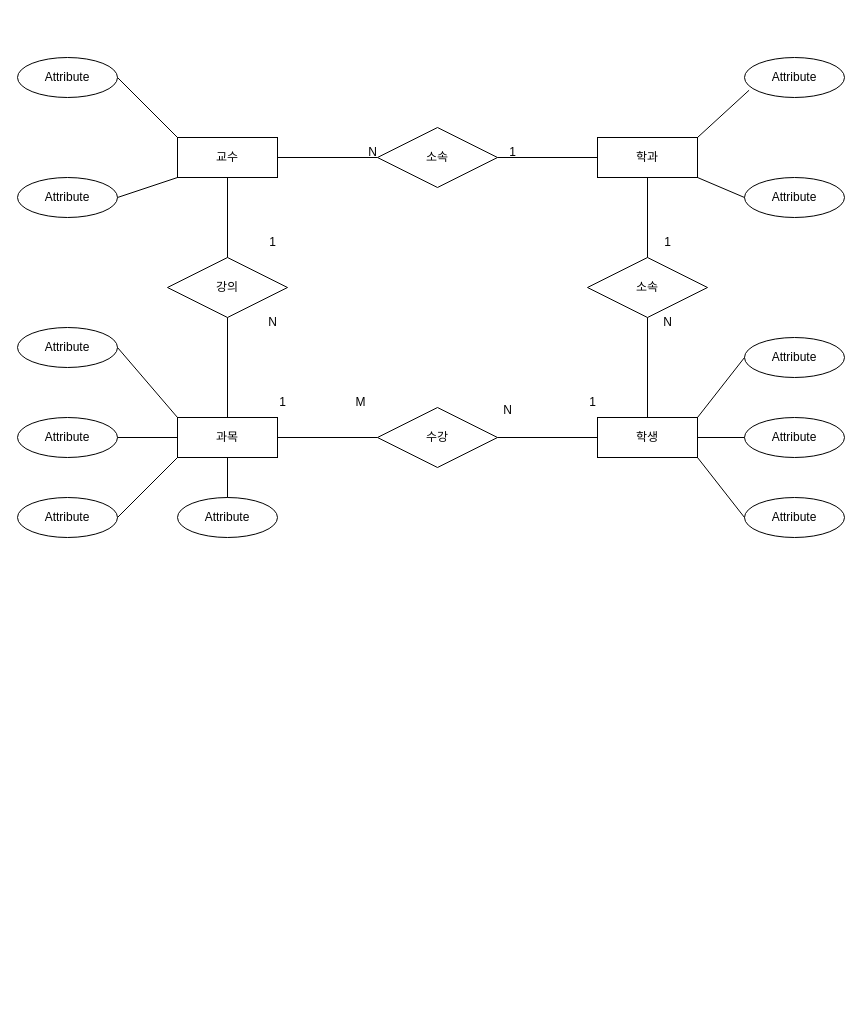
Above: 제목 없는 다이어그램.drawio in fakouho/bigdata (draw.io), before the change. Source tidied: cells renumbered, new cells numbered last; positions are measured from the earlier drawing's top-left corner, leaving out a move shared by most shapes. Both pictures are drawn from the tidied source at 100%, with x=0, y=0 at pixel (17, 57).
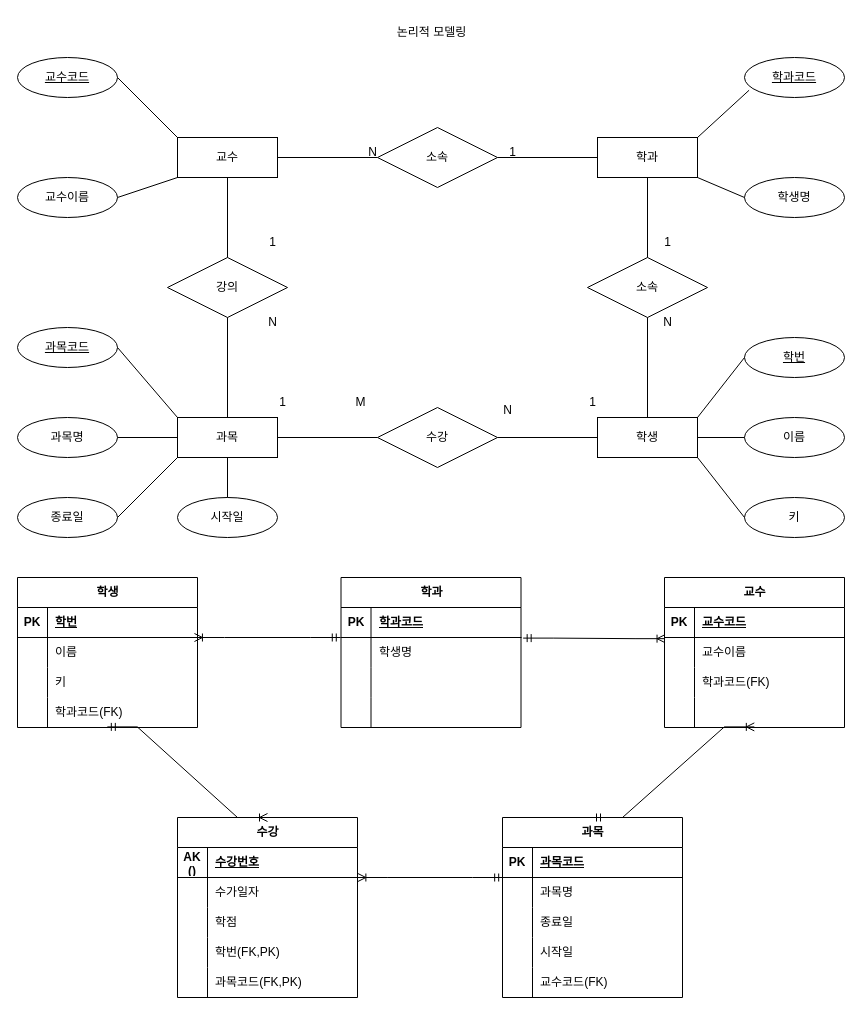
Above is the later version.

Commit message (it also covers changes not shown here):
제목 없는 다이어그램.drawio 업데이트

Change to the diagram source:
```diff
@@
-    <mxCell id="10" value="Attribute" style="ellipse;whiteSpace=wrap;html=1;align=center;" parent="1" vertex="1">
+    <mxCell id="10" value="&lt;u&gt;교수코드&lt;/u&gt;" style="ellipse;whiteSpace=wrap;html=1;align=center;strokeColor=default;" parent="1" vertex="1">
       <mxGeometry width="100" height="40" as="geometry" />
     </mxCell>
-    <mxCell id="11" value="Attribute" style="ellipse;whiteSpace=wrap;html=1;align=center;" parent="1" vertex="1">
+    <mxCell id="11" value="교수이름" style="ellipse;whiteSpace=wrap;html=1;align=center;" parent="1" vertex="1">
       <mxGeometry y="120" width="100" height="40" as="geometry" />
     </mxCell>
-    <mxCell id="12" value="Attribute" style="ellipse;whiteSpace=wrap;html=1;align=center;" parent="1" vertex="1">
+    <mxCell id="12" value="&lt;u&gt;학과코드&lt;/u&gt;" style="ellipse;whiteSpace=wrap;html=1;align=center;" parent="1" vertex="1">
       <mxGeometry x="727" width="100" height="40" as="geometry" />
     </mxCell>
-    <mxCell id="13" value="Attribute" style="ellipse;whiteSpace=wrap;html=1;align=center;" parent="1" vertex="1">
+    <mxCell id="13" value="학생명" style="ellipse;whiteSpace=wrap;html=1;align=center;" parent="1" vertex="1">
       <mxGeometry x="727" y="120" width="100" height="40" as="geometry" />
     </mxCell>
-    <mxCell id="14" value="Attribute" style="ellipse;whiteSpace=wrap;html=1;align=center;" parent="1" vertex="1">
+    <mxCell id="14" value="&lt;u&gt;학번&lt;/u&gt;" style="ellipse;whiteSpace=wrap;html=1;align=center;" parent="1" vertex="1">
       <mxGeometry x="727" y="280" width="100" height="40" as="geometry" />
     </mxCell>
-    <mxCell id="15" value="Attribute" style="ellipse;whiteSpace=wrap;html=1;align=center;" parent="1" vertex="1">
+    <mxCell id="15" value="이름" style="ellipse;whiteSpace=wrap;html=1;align=center;" parent="1" vertex="1">
       <mxGeometry x="727" y="360" width="100" height="40" as="geometry" />
     </mxCell>
-    <mxCell id="16" value="Attribute" style="ellipse;whiteSpace=wrap;html=1;align=center;" parent="1" vertex="1">
+    <mxCell id="16" value="키" style="ellipse;whiteSpace=wrap;html=1;align=center;" parent="1" vertex="1">
       <mxGeometry x="727" y="440" width="100" height="40" as="geometry" />
     </mxCell>
-    <mxCell id="17" value="Attribute" style="ellipse;whiteSpace=wrap;html=1;align=center;" parent="1" vertex="1">
+    <mxCell id="17" value="&lt;u&gt;과목코드&lt;/u&gt;" style="ellipse;whiteSpace=wrap;html=1;align=center;" parent="1" vertex="1">
       <mxGeometry y="270" width="100" height="40" as="geometry" />
     </mxCell>
-    <mxCell id="18" value="Attribute" style="ellipse;whiteSpace=wrap;html=1;align=center;" parent="1" vertex="1">
+    <mxCell id="18" value="과목명" style="ellipse;whiteSpace=wrap;html=1;align=center;" parent="1" vertex="1">
       <mxGeometry y="360" width="100" height="40" as="geometry" />
     </mxCell>
-    <mxCell id="19" value="Attribute" style="ellipse;whiteSpace=wrap;html=1;align=center;" parent="1" vertex="1">
+    <mxCell id="19" value="종료일" style="ellipse;whiteSpace=wrap;html=1;align=center;" parent="1" vertex="1">
       <mxGeometry y="440" width="100" height="40" as="geometry" />
     </mxCell>
-    <mxCell id="20" value="Attribute" style="ellipse;whiteSpace=wrap;html=1;align=center;" parent="1" vertex="1">
+    <mxCell id="20" value="시작일" style="ellipse;whiteSpace=wrap;html=1;align=center;" parent="1" vertex="1">
       <mxGeometry x="160" y="440" width="100" height="40" as="geometry" />
     </mxCell>
@@
+    <mxCell id="50" value="학과" style="shape=table;startSize=30;childLayout=tableLayout;rowLines=0;fontStyle=1;align=center;html=1;" parent="1" vertex="1">
+      <mxGeometry x="323.5" y="520" width="180" height="150" as="geometry" />
+    </mxCell>
+    <mxCell id="51" style="shape=tableRow;horizontal=0;startSize=0;swimlaneHead=0;swimlaneBody=0;fillColor=none;top=0;left=0;right=0;bottom=1;" parent="50" vertex="1">
+      <mxGeometry y="30" width="180" height="30" as="geometry" />
+    </mxCell>
+    <mxCell id="52" value="PK" style="shape=partialRectangle;fillColor=none;top=0;left=0;bottom=0;right=0;fontStyle=1;overflow=hidden;whiteSpace=wrap;html=1;" parent="51" vertex="1">
+      <mxGeometry width="30" height="30" as="geometry" />
+    </mxCell>
+    <mxCell id="53" value="학과코드" style="shape=partialRectangle;fillColor=none;top=0;left=0;bottom=0;right=0;align=left;spacingLeft=6;fontStyle=5;overflow=hidden;whiteSpace=wrap;html=1;" parent="51" vertex="1">
+      <mxGeometry x="30" width="150" height="30" as="geometry" />
+    </mxCell>
+    <mxCell id="54" style="shape=tableRow;horizontal=0;startSize=0;swimlaneHead=0;swimlaneBody=0;fillColor=none;points=[[0,0.5],[1,0.5]];portConstraint=eastwest;top=0;left=0;right=0;bottom=0;" parent="50" vertex="1">
+      <mxGeometry y="60" width="180" height="30" as="geometry" />
+    </mxCell>
+    <mxCell id="55" style="shape=partialRectangle;fillColor=none;top=0;left=0;bottom=0;right=0;overflow=hidden;whiteSpace=wrap;html=1;" parent="54" vertex="1">
+      <mxGeometry width="30" height="30" as="geometry" />
+    </mxCell>
+    <mxCell id="56" value="학생명" style="shape=partialRectangle;fillColor=none;top=0;left=0;bottom=0;right=0;align=left;spacingLeft=6;overflow=hidden;whiteSpace=wrap;html=1;" parent="54" vertex="1">
+      <mxGeometry x="30" width="150" height="30" as="geometry" />
+    </mxCell>
+    <mxCell id="57" style="shape=tableRow;horizontal=0;startSize=0;swimlaneHead=0;swimlaneBody=0;fillColor=none;top=0;left=0;right=0;bottom=0;" parent="50" vertex="1">
+      <mxGeometry y="90" width="180" height="30" as="geometry" />
+    </mxCell>
+    <mxCell id="58" style="shape=partialRectangle;fillColor=none;top=0;left=0;bottom=0;right=0;overflow=hidden;whiteSpace=wrap;html=1;" parent="57" vertex="1">
+      <mxGeometry width="30" height="30" as="geometry" />
+    </mxCell>
+    <mxCell id="59" style="shape=partialRectangle;fillColor=none;top=0;left=0;bottom=0;right=0;align=left;spacingLeft=6;overflow=hidden;whiteSpace=wrap;html=1;" parent="57" vertex="1">
+      <mxGeometry x="30" width="150" height="30" as="geometry" />
+    </mxCell>
+    <mxCell id="60" style="shape=tableRow;horizontal=0;startSize=0;swimlaneHead=0;swimlaneBody=0;fillColor=none;top=0;left=0;right=0;bottom=0;" parent="50" vertex="1">
+      <mxGeometry y="120" width="180" height="30" as="geometry" />
+    </mxCell>
+    <mxCell id="61" style="shape=partialRectangle;fillColor=none;top=0;left=0;bottom=0;right=0;overflow=hidden;whiteSpace=wrap;html=1;" parent="60" vertex="1">
+      <mxGeometry width="30" height="30" as="geometry" />
+    </mxCell>
+    <mxCell id="62" style="shape=partialRectangle;fillColor=none;top=0;left=0;bottom=0;right=0;align=left;spacingLeft=6;overflow=hidden;whiteSpace=wrap;html=1;" parent="60" vertex="1">
+      <mxGeometry x="30" width="150" height="30" as="geometry" />
+    </mxCell>
+    <mxCell id="63" value="교수" style="shape=table;startSize=30;childLayout=tableLayout;rowLines=0;fontStyle=1;align=center;html=1;" parent="1" vertex="1">
+      <mxGeometry x="647" y="520" width="180" height="150" as="geometry" />
+    </mxCell>
+    <mxCell id="64" style="shape=tableRow;horizontal=0;startSize=0;swimlaneHead=0;swimlaneBody=0;fillColor=none;top=0;left=0;right=0;bottom=1;" parent="63" vertex="1">
+      <mxGeometry y="30" width="180" height="30" as="geometry" />
+    </mxCell>
+    <mxCell id="65" value="PK" style="shape=partialRectangle;fillColor=none;top=0;left=0;bottom=0;right=0;fontStyle=1;overflow=hidden;whiteSpace=wrap;html=1;" parent="64" vertex="1">
+      <mxGeometry width="30" height="30" as="geometry" />
+    </mxCell>
+    <mxCell id="66" value="교수코드" style="shape=partialRectangle;fillColor=none;top=0;left=0;bottom=0;right=0;align=left;spacingLeft=6;fontStyle=5;overflow=hidden;whiteSpace=wrap;html=1;" parent="64" vertex="1">
+      <mxGeometry x="30" width="150" height="30" as="geometry" />
+    </mxCell>
+    <mxCell id="67" style="shape=tableRow;horizontal=0;startSize=0;swimlaneHead=0;swimlaneBody=0;fillColor=none;points=[[0,0.5],[1,0.5]];portConstraint=eastwest;top=0;left=0;right=0;bottom=0;" parent="63" vertex="1">
+      <mxGeometry y="60" width="180" height="30" as="geometry" />
+    </mxCell>
+    <mxCell id="68" style="shape=partialRectangle;fillColor=none;top=0;left=0;bottom=0;right=0;overflow=hidden;whiteSpace=wrap;html=1;" parent="67" vertex="1">
+      <mxGeometry width="30" height="30" as="geometry" />
+    </mxCell>
+    <mxCell id="69" value="교수이름" style="shape=partialRectangle;fillColor=none;top=0;left=0;bottom=0;right=0;align=left;spacingLeft=6;overflow=hidden;whiteSpace=wrap;html=1;" parent="67" vertex="1">
+      <mxGeometry x="30" width="150" height="30" as="geometry" />
+    </mxCell>
+    <mxCell id="70" style="shape=tableRow;horizontal=0;startSize=0;swimlaneHead=0;swimlaneBody=0;fillColor=none;top=0;left=0;right=0;bottom=0;" parent="63" vertex="1">
+      <mxGeometry y="90" width="180" height="30" as="geometry" />
+    </mxCell>
+    <mxCell id="71" style="shape=partialRectangle;fillColor=none;top=0;left=0;bottom=0;right=0;overflow=hidden;whiteSpace=wrap;html=1;" parent="70" vertex="1">
+      <mxGeometry width="30" height="30" as="geometry" />
+    </mxCell>
+    <mxCell id="72" value="학과코드(FK)" style="shape=partialRectangle;fillColor=none;top=0;left=0;bottom=0;right=0;align=left;spacingLeft=6;overflow=hidden;whiteSpace=wrap;html=1;" parent="70" vertex="1">
+      <mxGeometry x="30" width="150" height="30" as="geometry" />
+    </mxCell>
+    <mxCell id="73" style="shape=tableRow;horizontal=0;startSize=0;swimlaneHead=0;swimlaneBody=0;fillColor=none;points=[[0,0.5],[1,0.5]];portConstraint=eastwest;top=0;left=0;right=0;bottom=0;" parent="63" vertex="1">
+      <mxGeometry y="120" width="180" height="30" as="geometry" />
+    </mxCell>
+    <mxCell id="74" style="shape=partialRectangle;fillColor=none;top=0;left=0;bottom=0;right=0;overflow=hidden;whiteSpace=wrap;html=1;" parent="73" vertex="1">
+      <mxGeometry width="30" height="30" as="geometry" />
+    </mxCell>
+    <mxCell id="75" style="shape=partialRectangle;fillColor=none;top=0;left=0;bottom=0;right=0;align=left;spacingLeft=6;overflow=hidden;whiteSpace=wrap;html=1;" parent="73" vertex="1">
+      <mxGeometry x="30" width="150" height="30" as="geometry" />
+    </mxCell>
+    <mxCell id="76" value="수강" style="shape=table;startSize=30;childLayout=tableLayout;rowLines=0;fontStyle=1;align=center;html=1;" parent="1" vertex="1">
+      <mxGeometry x="160" y="760" width="180" height="180" as="geometry" />
+    </mxCell>
+    <mxCell id="77" style="shape=tableRow;horizontal=0;startSize=0;swimlaneHead=0;swimlaneBody=0;fillColor=none;top=0;left=0;right=0;bottom=1;" parent="76" vertex="1">
+      <mxGeometry y="30" width="180" height="30" as="geometry" />
+    </mxCell>
+    <mxCell id="78" value="AK ()" style="shape=partialRectangle;fillColor=none;top=0;left=0;bottom=0;right=0;fontStyle=1;overflow=hidden;whiteSpace=wrap;html=1;" parent="77" vertex="1">
+      <mxGeometry width="30" height="30" as="geometry" />
+    </mxCell>
+    <mxCell id="79" value="수강번호" style="shape=partialRectangle;fillColor=none;top=0;left=0;bottom=0;right=0;align=left;spacingLeft=6;fontStyle=5;overflow=hidden;whiteSpace=wrap;html=1;" parent="77" vertex="1">
+      <mxGeometry x="30" width="150" height="30" as="geometry" />
+    </mxCell>
+    <mxCell id="80" style="shape=tableRow;horizontal=0;startSize=0;swimlaneHead=0;swimlaneBody=0;fillColor=none;points=[[0,0.5],[1,0.5]];portConstraint=eastwest;top=0;left=0;right=0;bottom=0;" parent="76" vertex="1">
+      <mxGeometry y="60" width="180" height="30" as="geometry" />
+    </mxCell>
+    <mxCell id="81" style="shape=partialRectangle;fillColor=none;top=0;left=0;bottom=0;right=0;overflow=hidden;whiteSpace=wrap;html=1;" parent="80" vertex="1">
+      <mxGeometry width="30" height="30" as="geometry" />
+    </mxCell>
+    <mxCell id="82" value="수가일자" style="shape=partialRectangle;fillColor=none;top=0;left=0;bottom=0;right=0;align=left;spacingLeft=6;overflow=hidden;whiteSpace=wrap;html=1;" parent="80" vertex="1">
+      <mxGeometry x="30" width="150" height="30" as="geometry" />
+    </mxCell>
+    <mxCell id="83" style="shape=tableRow;horizontal=0;startSize=0;swimlaneHead=0;swimlaneBody=0;fillColor=none;top=0;left=0;right=0;bottom=0;" parent="76" vertex="1">
+      <mxGeometry y="90" width="180" height="30" as="geometry" />
+    </mxCell>
+    <mxCell id="84" style="shape=partialRectangle;fillColor=none;top=0;left=0;bottom=0;right=0;overflow=hidden;whiteSpace=wrap;html=1;" parent="83" vertex="1">
+      <mxGeometry width="30" height="30" as="geometry" />
+    </mxCell>
+    <mxCell id="85" value="학점" style="shape=partialRectangle;fillColor=none;top=0;left=0;bottom=0;right=0;align=left;spacingLeft=6;overflow=hidden;whiteSpace=wrap;html=1;" parent="83" vertex="1">
+      <mxGeometry x="30" width="150" height="30" as="geometry" />
+    </mxCell>
+    <mxCell id="86" style="shape=tableRow;horizontal=0;startSize=0;swimlaneHead=0;swimlaneBody=0;fillColor=none;top=0;left=0;right=0;bottom=0;" parent="76" vertex="1">
+      <mxGeometry y="120" width="180" height="30" as="geometry" />
+    </mxCell>
+    <mxCell id="87" style="shape=partialRectangle;fillColor=none;top=0;left=0;bottom=0;right=0;overflow=hidden;whiteSpace=wrap;html=1;" parent="86" vertex="1">
+      <mxGeometry width="30" height="30" as="geometry" />
+    </mxCell>
+    <mxCell id="88" value="학번(FK,PK)" style="shape=partialRectangle;fillColor=none;top=0;left=0;bottom=0;right=0;align=left;spacingLeft=6;overflow=hidden;whiteSpace=wrap;html=1;" parent="86" vertex="1">
+      <mxGeometry x="30" width="150" height="30" as="geometry" />
+    </mxCell>
+    <mxCell id="89" style="shape=tableRow;horizontal=0;startSize=0;swimlaneHead=0;swimlaneBody=0;fillColor=none;top=0;left=0;right=0;bottom=0;" parent="76" vertex="1">
+      <mxGeometry y="150" width="180" height="30" as="geometry" />
+    </mxCell>
+    <mxCell id="90" style="shape=partialRectangle;fillColor=none;top=0;left=0;bottom=0;right=0;overflow=hidden;whiteSpace=wrap;html=1;" parent="89" vertex="1">
+      <mxGeometry width="30" height="30" as="geometry" />
+    </mxCell>
+    <mxCell id="91" value="과목코드(FK,PK)" style="shape=partialRectangle;fillColor=none;top=0;left=0;bottom=0;right=0;align=left;spacingLeft=6;overflow=hidden;whiteSpace=wrap;html=1;" parent="89" vertex="1">
+      <mxGeometry x="30" width="150" height="30" as="geometry" />
+    </mxCell>
+    <mxCell id="92" value="과목" style="shape=table;startSize=30;childLayout=tableLayout;rowLines=0;fontStyle=1;align=center;html=1;" parent="1" vertex="1">
+      <mxGeometry x="485" y="760" width="180" height="180" as="geometry" />
+    </mxCell>
+    <mxCell id="93" style="shape=tableRow;horizontal=0;startSize=0;swimlaneHead=0;swimlaneBody=0;fillColor=none;points=[[0,0.5],[1,0.5]];portConstraint=eastwest;top=0;left=0;right=0;bottom=1;" parent="92" vertex="1">
+      <mxGeometry y="30" width="180" height="30" as="geometry" />
+    </mxCell>
+    <mxCell id="94" value="PK" style="shape=partialRectangle;fillColor=none;top=0;left=0;bottom=0;right=0;fontStyle=1;overflow=hidden;whiteSpace=wrap;html=1;" parent="93" vertex="1">
+      <mxGeometry width="30" height="30" as="geometry" />
+    </mxCell>
+    <mxCell id="95" value="과목코드" style="shape=partialRectangle;fillColor=none;top=0;left=0;bottom=0;right=0;align=left;spacingLeft=6;fontStyle=5;overflow=hidden;whiteSpace=wrap;html=1;" parent="93" vertex="1">
+      <mxGeometry x="30" width="150" height="30" as="geometry" />
+    </mxCell>
+    <mxCell id="96" style="shape=tableRow;horizontal=0;startSize=0;swimlaneHead=0;swimlaneBody=0;fillColor=none;top=0;left=0;right=0;bottom=0;" parent="92" vertex="1">
+      <mxGeometry y="60" width="180" height="30" as="geometry" />
+    </mxCell>
+    <mxCell id="97" style="shape=partialRectangle;fillColor=none;top=0;left=0;bottom=0;right=0;overflow=hidden;whiteSpace=wrap;html=1;" parent="96" vertex="1">
+      <mxGeometry width="30" height="30" as="geometry" />
+    </mxCell>
+    <mxCell id="98" value="과목명" style="shape=partialRectangle;fillColor=none;top=0;left=0;bottom=0;right=0;align=left;spacingLeft=6;overflow=hidden;whiteSpace=wrap;html=1;" parent="96" vertex="1">
+      <mxGeometry x="30" width="150" height="30" as="geometry" />
+    </mxCell>
+    <mxCell id="99" style="shape=tableRow;horizontal=0;startSize=0;swimlaneHead=0;swimlaneBody=0;fillColor=none;top=0;left=0;right=0;bottom=0;" parent="92" vertex="1">
+      <mxGeometry y="90" width="180" height="30" as="geometry" />
+    </mxCell>
+    <mxCell id="100" style="shape=partialRectangle;fillColor=none;top=0;left=0;bottom=0;right=0;overflow=hidden;whiteSpace=wrap;html=1;" parent="99" vertex="1">
+      <mxGeometry width="30" height="30" as="geometry" />
+    </mxCell>
+    <mxCell id="101" value="종료일" style="shape=partialRectangle;fillColor=none;top=0;left=0;bottom=0;right=0;align=left;spacingLeft=6;overflow=hidden;whiteSpace=wrap;html=1;" parent="99" vertex="1">
+      <mxGeometry x="30" width="150" height="30" as="geometry" />
+    </mxCell>
+    <mxCell id="102" style="shape=tableRow;horizontal=0;startSize=0;swimlaneHead=0;swimlaneBody=0;fillColor=none;top=0;left=0;right=0;bottom=0;" parent="92" vertex="1">
+      <mxGeometry y="120" width="180" height="30" as="geometry" />
+    </mxCell>
+    <mxCell id="103" style="shape=partialRectangle;fillColor=none;top=0;left=0;bottom=0;right=0;overflow=hidden;whiteSpace=wrap;html=1;" parent="102" vertex="1">
+      <mxGeometry width="30" height="30" as="geometry" />
+    </mxCell>
+    <mxCell id="104" value="시작일" style="shape=partialRectangle;fillColor=none;top=0;left=0;bottom=0;right=0;align=left;spacingLeft=6;overflow=hidden;whiteSpace=wrap;html=1;" parent="102" vertex="1">
+      <mxGeometry x="30" width="150" height="30" as="geometry" />
+    </mxCell>
+    <mxCell id="105" style="shape=tableRow;horizontal=0;startSize=0;swimlaneHead=0;swimlaneBody=0;fillColor=none;top=0;left=0;right=0;bottom=0;" parent="92" vertex="1">
+      <mxGeometry y="150" width="180" height="30" as="geometry" />
+    </mxCell>
+    <mxCell id="106" style="shape=partialRectangle;fillColor=none;top=0;left=0;bottom=0;right=0;overflow=hidden;whiteSpace=wrap;html=1;" parent="105" vertex="1">
+      <mxGeometry width="30" height="30" as="geometry" />
+    </mxCell>
+    <mxCell id="107" value="교수코드(FK)" style="shape=partialRectangle;fillColor=none;top=0;left=0;bottom=0;right=0;align=left;spacingLeft=6;overflow=hidden;whiteSpace=wrap;html=1;" parent="105" vertex="1">
+      <mxGeometry x="30" width="150" height="30" as="geometry" />
+    </mxCell>
+    <mxCell id="108" value="학생" style="shape=table;startSize=30;childLayout=tableLayout;rowLines=0;fontStyle=1;align=center;html=1;" parent="1" vertex="1">
+      <mxGeometry y="520" width="180" height="150" as="geometry" />
+    </mxCell>
+    <mxCell id="109" style="shape=tableRow;horizontal=0;startSize=0;swimlaneHead=0;swimlaneBody=0;fillColor=none;top=0;left=0;right=0;bottom=1;" parent="108" vertex="1">
+      <mxGeometry y="30" width="180" height="30" as="geometry" />
+    </mxCell>
+    <mxCell id="110" value="PK" style="shape=partialRectangle;fillColor=none;top=0;left=0;bottom=0;right=0;fontStyle=1;overflow=hidden;whiteSpace=wrap;html=1;" parent="109" vertex="1">
+      <mxGeometry width="30" height="30" as="geometry" />
+    </mxCell>
+    <mxCell id="111" value="학번" style="shape=partialRectangle;fillColor=none;top=0;left=0;bottom=0;right=0;align=left;spacingLeft=6;fontStyle=5;overflow=hidden;whiteSpace=wrap;html=1;" parent="109" vertex="1">
+      <mxGeometry x="30" width="150" height="30" as="geometry" />
+    </mxCell>
+    <mxCell id="112" style="shape=tableRow;horizontal=0;startSize=0;swimlaneHead=0;swimlaneBody=0;fillColor=none;points=[[0,0.5],[1,0.5]];portConstraint=eastwest;top=0;left=0;right=0;bottom=0;" parent="108" vertex="1">
+      <mxGeometry y="60" width="180" height="30" as="geometry" />
+    </mxCell>
+    <mxCell id="113" style="shape=partialRectangle;fillColor=none;top=0;left=0;bottom=0;right=0;overflow=hidden;whiteSpace=wrap;html=1;" parent="112" vertex="1">
+      <mxGeometry width="30" height="30" as="geometry" />
+    </mxCell>
+    <mxCell id="114" value="이름" style="shape=partialRectangle;fillColor=none;top=0;left=0;bottom=0;right=0;align=left;spacingLeft=6;overflow=hidden;whiteSpace=wrap;html=1;" parent="112" vertex="1">
+      <mxGeometry x="30" width="150" height="30" as="geometry" />
+    </mxCell>
+    <mxCell id="115" style="shape=tableRow;horizontal=0;startSize=0;swimlaneHead=0;swimlaneBody=0;fillColor=none;top=0;left=0;right=0;bottom=0;" parent="108" vertex="1">
+      <mxGeometry y="90" width="180" height="30" as="geometry" />
+    </mxCell>
+    <mxCell id="116" style="shape=partialRectangle;fillColor=none;top=0;left=0;bottom=0;right=0;overflow=hidden;whiteSpace=wrap;html=1;" parent="115" vertex="1">
+      <mxGeometry width="30" height="30" as="geometry" />
+    </mxCell>
+    <mxCell id="117" value="키" style="shape=partialRectangle;fillColor=none;top=0;left=0;bottom=0;right=0;align=left;spacingLeft=6;overflow=hidden;whiteSpace=wrap;html=1;" parent="115" vertex="1">
+      <mxGeometry x="30" width="150" height="30" as="geometry" />
+    </mxCell>
+    <mxCell id="118" style="shape=tableRow;horizontal=0;startSize=0;swimlaneHead=0;swimlaneBody=0;fillColor=none;points=[[0,0.5],[1,0.5]];portConstraint=eastwest;top=0;left=0;right=0;bottom=0;" parent="108" vertex="1">
+      <mxGeometry y="120" width="180" height="30" as="geometry" />
+    </mxCell>
+    <mxCell id="119" style="shape=partialRectangle;fillColor=none;top=0;left=0;bottom=0;right=0;overflow=hidden;whiteSpace=wrap;html=1;" parent="118" vertex="1">
+      <mxGeometry width="30" height="30" as="geometry" />
+    </mxCell>
+    <mxCell id="120" value="학과코드(FK)" style="shape=partialRectangle;fillColor=none;top=0;left=0;bottom=0;right=0;align=left;spacingLeft=6;overflow=hidden;whiteSpace=wrap;html=1;" parent="118" vertex="1">
+      <mxGeometry x="30" width="150" height="30" as="geometry" />
+    </mxCell>
+    <mxCell id="121" style="edgeStyle=entityRelationEdgeStyle;fontSize=12;html=1;endArrow=ERoneToMany;startArrow=ERmandOne;rounded=0;entryX=0.983;entryY=0;entryDx=0;entryDy=0;entryPerimeter=0;exitX=-0.004;exitY=0;exitDx=0;exitDy=0;exitPerimeter=0;" parent="1" edge="1" source="54" target="112">
+      <mxGeometry relative="1" as="geometry">
+        <Array as="points">
+          <mxPoint x="-30.4" y="619" />
+          <mxPoint x="149.6" y="619" />
+          <mxPoint x="149.6" y="620" />
+          <mxPoint x="159.6" y="660" />
+        </Array>
+      </mxGeometry>
+    </mxCell>
+    <mxCell id="122" style="edgeStyle=entityRelationEdgeStyle;fontSize=12;html=1;endArrow=ERoneToMany;startArrow=ERmandOne;rounded=0;entryX=0.003;entryY=0.039;entryDx=0;entryDy=0;entryPerimeter=0;exitX=1.012;exitY=0.02;exitDx=0;exitDy=0;exitPerimeter=0;" parent="1" edge="1" source="54" target="67">
+      <mxGeometry relative="1" as="geometry" />
+    </mxCell>
+    <mxCell id="123" style="edgeStyle=entityRelationEdgeStyle;fontSize=12;html=1;endArrow=ERoneToMany;startArrow=ERmandOne;rounded=0;entryX=0.499;entryY=0.98;entryDx=0;entryDy=0;entryPerimeter=0;exitX=0.5;exitY=0;exitDx=0;exitDy=0;" parent="1" edge="1" source="92" target="73">
+      <mxGeometry relative="1" as="geometry">
+        <Array as="points">
+          <mxPoint x="430" y="750" />
+        </Array>
+      </mxGeometry>
+    </mxCell>
+    <mxCell id="124" style="edgeStyle=entityRelationEdgeStyle;fontSize=12;html=1;endArrow=ERoneToMany;startArrow=ERmandOne;rounded=0;entryX=0.5;entryY=0;entryDx=0;entryDy=0;exitX=0.499;exitY=0.98;exitDx=0;exitDy=0;exitPerimeter=0;" parent="1" edge="1" source="118" target="76">
+      <mxGeometry relative="1" as="geometry" />
+    </mxCell>
+    <mxCell id="125" style="edgeStyle=entityRelationEdgeStyle;fontSize=12;html=1;endArrow=ERoneToMany;startArrow=ERmandOne;rounded=0;entryX=1.002;entryY=0;entryDx=0;entryDy=0;entryPerimeter=0;exitX=0.001;exitY=1;exitDx=0;exitDy=0;exitPerimeter=0;" parent="1" edge="1" source="93" target="80">
+      <mxGeometry relative="1" as="geometry" />
+    </mxCell>
+    <mxCell id="126" value="논리적 모델링" style="text;html=1;align=center;verticalAlign=middle;strokeColor=none;fillColor=none;" parent="1" vertex="1">
+      <mxGeometry x="364" y="-40" width="100" height="30" as="geometry" />
+    </mxCell>
```
